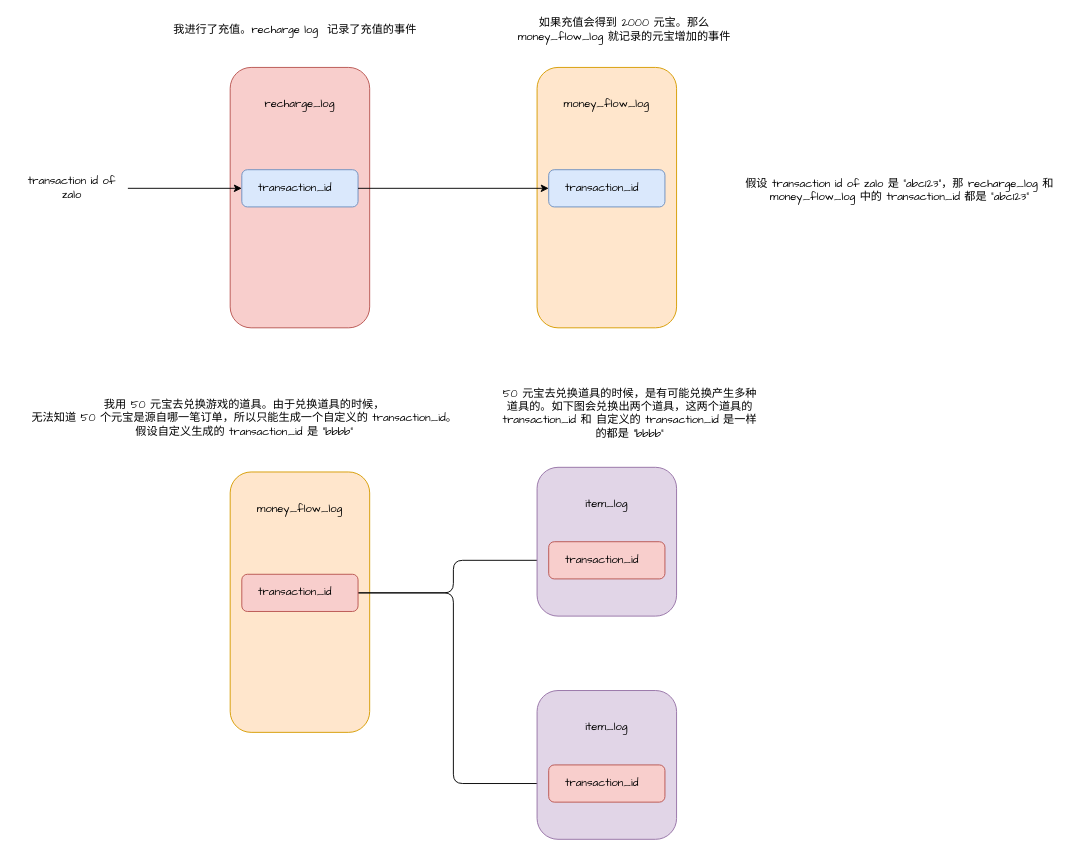
Above: 未命名绘图.drawio in 350258655/image (draw.io), before the change. Source tidied: cells renumbered, new cells numbered last; positions are measured from the earlier drawing's top-left corner, leaving out a move shared by most shapes. Both pictures are drawn from the tidied source at 93%, with x=0, y=0 at pixel (16, 20).
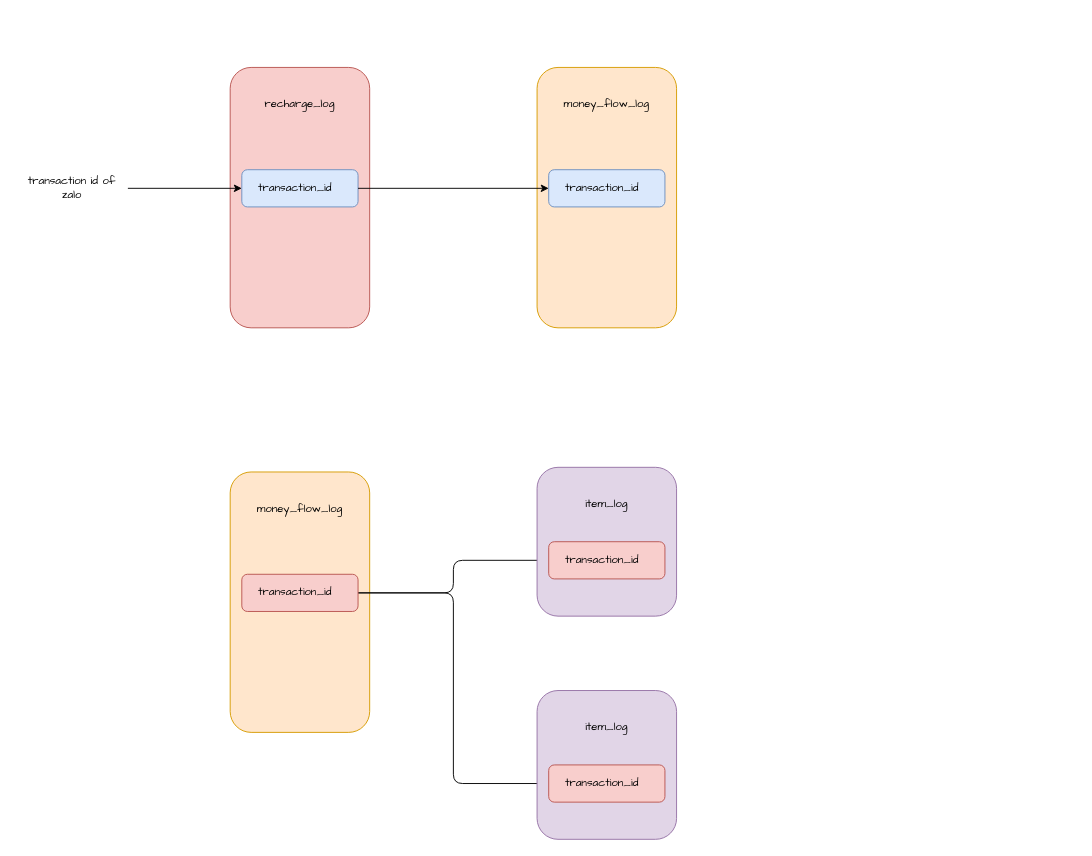
Above is the later version.

Commit message (it also covers changes not shown here):
更新未命名绘图.drawio

What changed in the source:
```diff
@@
-    <mxCell id="8" value="我进行了充值。recharge log&amp;nbsp; 记录了充值的事件" style="text;html=1;strokeColor=none;fillColor=none;align=center;verticalAlign=middle;whiteSpace=wrap;rounded=1;fontFamily=Comic Sans MS;" parent="1" vertex="1">
-      <mxGeometry x="160" width="280" height="20" as="geometry" />
-    </mxCell>
@@
-    <mxCell id="13" value="如果充值会得到 2000 元宝。那么 money_flow_log 就记录的元宝增加的事件&lt;br&gt;" style="text;html=1;strokeColor=none;fillColor=none;align=center;verticalAlign=middle;whiteSpace=wrap;rounded=1;fontFamily=Comic Sans MS;" parent="1" vertex="1">
-      <mxGeometry x="514" width="280" height="20" as="geometry" />
-    </mxCell>
-    <mxCell id="14" value="假设 transaction id of zalo 是 &quot;abc123&quot;，那 recharge_log 和 money_flow_log 中的 transaction_id 都是 &quot;abc123&quot;&lt;br&gt;&amp;nbsp;" style="text;html=1;strokeColor=none;fillColor=none;align=center;verticalAlign=middle;whiteSpace=wrap;rounded=1;fontFamily=Comic Sans MS;" parent="1" vertex="1">
-      <mxGeometry x="760" y="160" width="380" height="60" as="geometry" />
-    </mxCell>
@@
-    <mxCell id="29" value="我用 50 元宝去兑换游戏的道具。由于兑换道具的时候，&lt;br&gt;无法知道 50 个元宝是源自哪一笔订单，所以只能生成一个自定义的&amp;nbsp;&lt;span&gt;transaction_id。&lt;br&gt;&lt;/span&gt;假设自定义生成的&amp;nbsp;&lt;span&gt;transaction_id 是 &quot;bbbb&quot;&lt;/span&gt;&lt;br&gt;&amp;nbsp;" style="text;html=1;align=center;verticalAlign=middle;strokeColor=none;rounded=1;fontFamily=Comic Sans MS;" parent="1" vertex="1">
-      <mxGeometry x="10" y="405" width="470" height="60" as="geometry" />
-    </mxCell>
-    <mxCell id="30" value="50 元宝去兑换道具的时候，是有可能兑换产生多种道具的。如下图会兑换出两个道具，这两个道具的 transaction_id 和 自定义的 transaction_id 是一样的都是 &quot;bbbb&quot;&lt;br&gt;&amp;nbsp;" style="text;html=1;strokeColor=none;fillColor=none;align=center;verticalAlign=middle;whiteSpace=wrap;rounded=1;fontFamily=Comic Sans MS;" parent="1" vertex="1">
-      <mxGeometry x="520" y="420" width="280" height="20" as="geometry" />
-    </mxCell>
```
